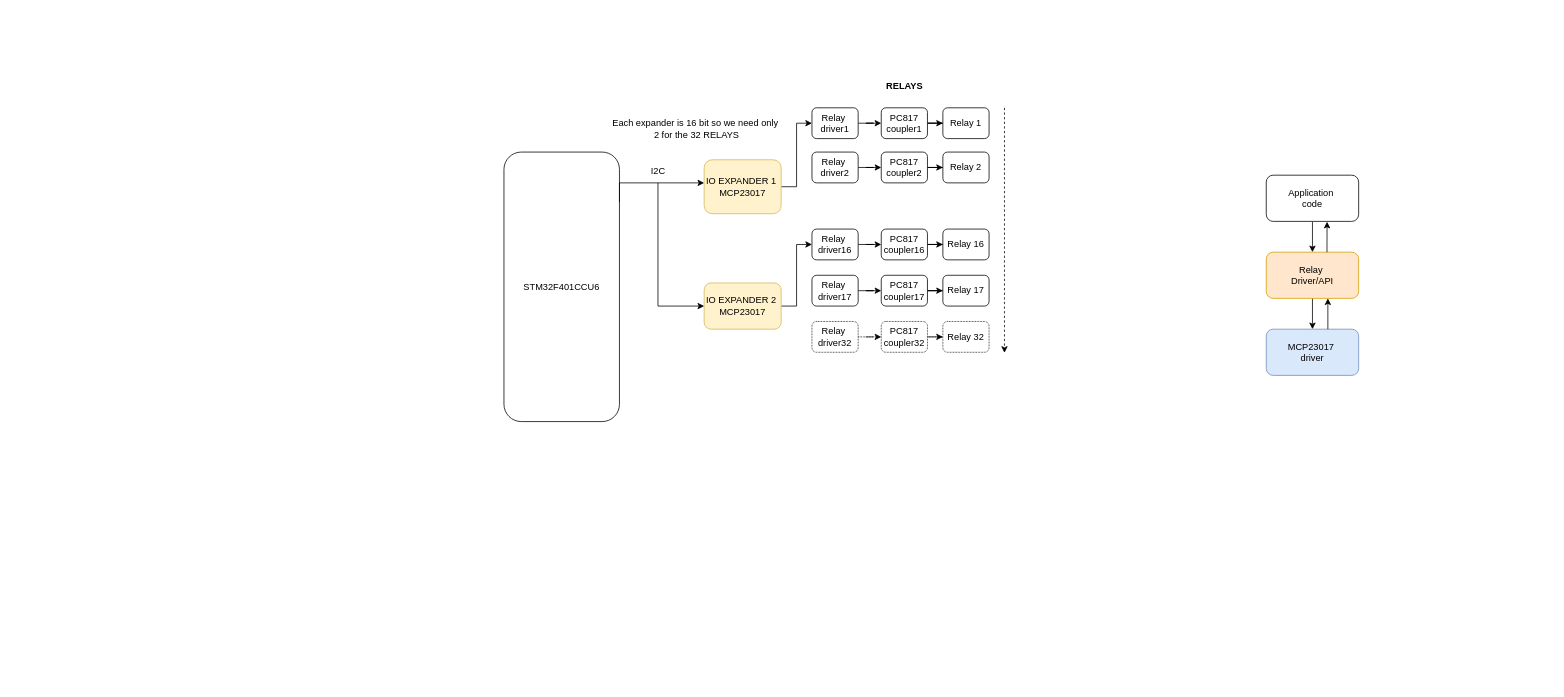
The draw.io diagram docs/hardware-system-block-diagram.drawio in bytecod3/modbus-slave-project-Ocarbon, before the edit. Source tidied: cells renumbered, new cells numbered last; positions are measured from the earlier drawing's top-left corner, leaving out a move shared by most shapes. Both pictures are drawn from the tidied source at 77%, with x=0, y=0 at pixel (504, 75).
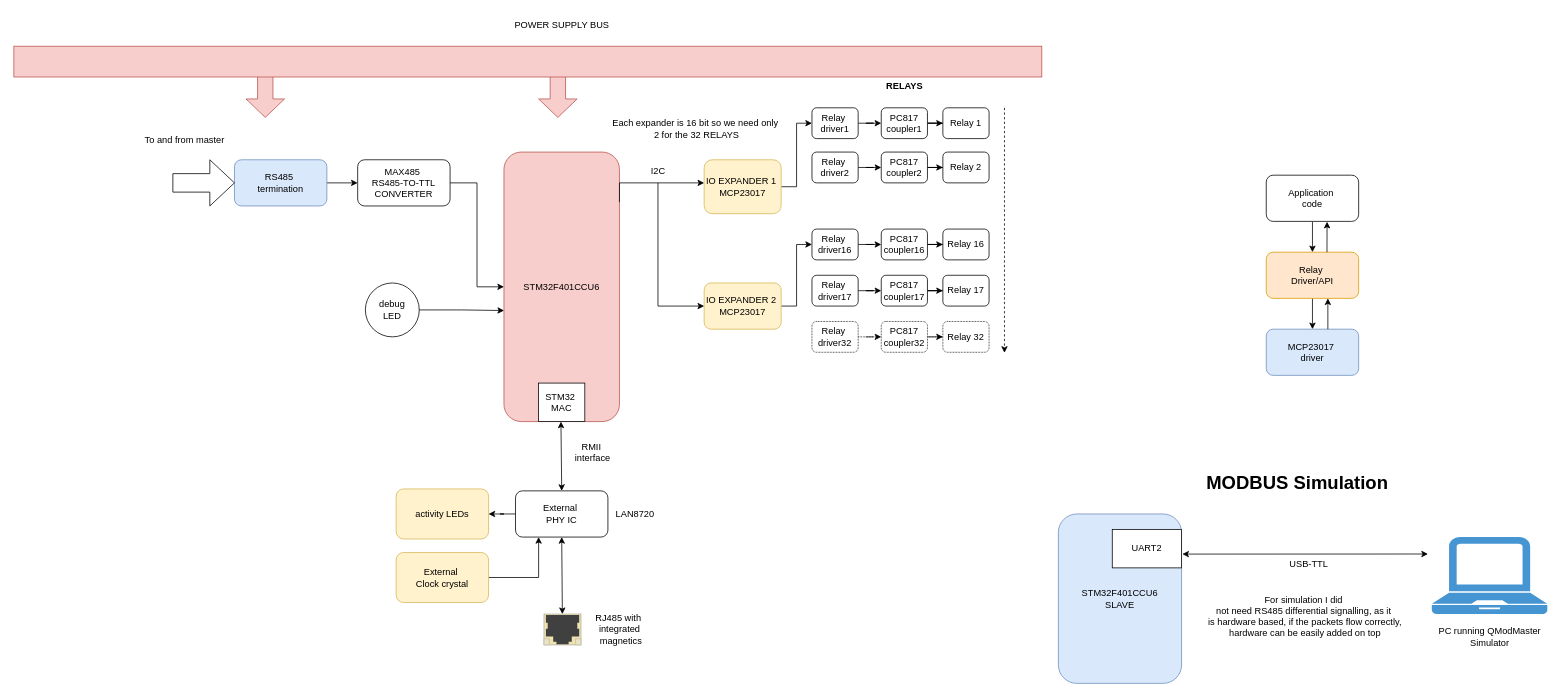
Above is the later version.

The edit, as a diff of the source:
```diff
@@
-    <mxCell id="2" value="STM32F401CCU6" style="rounded=1;whiteSpace=wrap;html=1;" parent="1" vertex="1">
+    <mxCell id="2" value="STM32F401CCU6" style="rounded=1;whiteSpace=wrap;html=1;fillColor=#f8cecc;strokeColor=#b85450;" parent="1" vertex="1">
       <mxGeometry y="100" width="150" height="350" as="geometry" />
     </mxCell>
@@
+    <mxCell id="45" value="STM32F401CCU6&lt;div&gt;SLAVE&lt;/div&gt;" style="rounded=1;whiteSpace=wrap;html=1;fillColor=#dae8fc;strokeColor=#6c8ebf;" parent="1" vertex="1">
+      <mxGeometry x="720" y="570" width="160" height="220" as="geometry" />
+    </mxCell>
+    <mxCell id="46" value="UART2" style="whiteSpace=wrap;html=1;" parent="1" vertex="1">
+      <mxGeometry x="790" y="590" width="90" height="50" as="geometry" />
+    </mxCell>
+    <mxCell id="47" style="shadow=0;dashed=0;html=1;strokeColor=none;fillColor=#4495D1;labelPosition=center;verticalLabelPosition=bottom;verticalAlign=top;align=center;shape=mxgraph.veeam.laptop;" parent="1" vertex="1">
+      <mxGeometry x="1205" y="600" width="150" height="100" as="geometry" />
+    </mxCell>
+    <mxCell id="48" value="PC running QModMaster&lt;div&gt;Simulator&lt;/div&gt;" style="text;html=1;align=center;verticalAlign=middle;strokeColor=none;fillColor=none;" parent="1" vertex="1">
+      <mxGeometry x="1200" y="710" width="160" height="40" as="geometry" />
+    </mxCell>
+    <mxCell id="49" style="endArrow=classic;startArrow=classic;html=1;rounded=0;exitX=1.006;exitY=0.464;exitDx=0;exitDy=0;exitPerimeter=0;" parent="1" edge="1">
+      <mxGeometry relative="1" as="geometry">
+        <mxPoint x="881" y="622.1" as="sourcePoint" />
+        <mxPoint x="1200" y="622" as="targetPoint" />
+      </mxGeometry>
+    </mxCell>
+    <mxCell id="50" value="USB-TTL" style="text;html=1;align=center;verticalAlign=middle;strokeColor=none;fillColor=none;" parent="1" vertex="1">
+      <mxGeometry x="1010" y="620" width="70" height="30" as="geometry" />
+    </mxCell>
+    <mxCell id="51" value="For simulation I did&amp;nbsp;&lt;div&gt;not need RS485 differential signalling, as it&amp;nbsp;&lt;/div&gt;&lt;div&gt;is hardware based, if the packets flow correctly,&lt;/div&gt;&lt;div&gt;hardware can be easily added on top&lt;/div&gt;" style="text;html=1;align=center;verticalAlign=middle;strokeColor=none;fillColor=none;" parent="1" vertex="1">
+      <mxGeometry x="905" y="668" width="270" height="70" as="geometry" />
+    </mxCell>
+    <mxCell id="52" value="MODBUS Simulation" style="text;strokeColor=none;fillColor=none;html=1;fontSize=24;fontStyle=1;verticalAlign=middle;align=center;" parent="1" vertex="1">
+      <mxGeometry x="980" y="510" width="100" height="40" as="geometry" />
+    </mxCell>
+    <mxCell id="53" style="edgeStyle=orthogonalEdgeStyle;rounded=0;jettySize=auto;html=1;" parent="1" edge="1" source="54" target="2">
+      <mxGeometry relative="1" as="geometry" />
+    </mxCell>
+    <mxCell id="54" value="MAX485&amp;nbsp;&lt;div&gt;RS485-TO-TTL&lt;/div&gt;&lt;div&gt;CONVERTER&lt;/div&gt;" style="rounded=1;whiteSpace=wrap;html=1;" parent="1" vertex="1">
+      <mxGeometry x="-190" y="110" width="120" height="60" as="geometry" />
+    </mxCell>
+    <mxCell id="55" style="edgeStyle=orthogonalEdgeStyle;rounded=0;jettySize=auto;html=1;" parent="1" edge="1" source="56" target="54">
+      <mxGeometry relative="1" as="geometry" />
+    </mxCell>
+    <mxCell id="56" value="RS485&amp;nbsp;&lt;div&gt;termination&lt;/div&gt;" style="rounded=1;whiteSpace=wrap;html=1;fillColor=#dae8fc;strokeColor=#6c8ebf;" parent="1" vertex="1">
+      <mxGeometry x="-350" y="110" width="120" height="60" as="geometry" />
+    </mxCell>
+    <mxCell id="57" style="shape=singleArrow;whiteSpace=wrap;html=1;arrowWidth=0.4;arrowSize=0.4;" parent="1" vertex="1">
+      <mxGeometry x="-430" y="110" width="80" height="60" as="geometry" />
+    </mxCell>
+    <mxCell id="58" value="To and from master" style="text;html=1;align=center;verticalAlign=middle;strokeColor=none;fillColor=none;" parent="1" vertex="1">
+      <mxGeometry x="-480" y="70" width="130" height="30" as="geometry" />
+    </mxCell>
+    <mxCell id="59" value="debug&lt;div&gt;LED&lt;/div&gt;" style="ellipse;whiteSpace=wrap;html=1;" parent="1" vertex="1">
+      <mxGeometry x="-180" y="270" width="70" height="70" as="geometry" />
+    </mxCell>
+    <mxCell id="60" style="edgeStyle=orthogonalEdgeStyle;rounded=0;jettySize=auto;html=1;entryX=0.001;entryY=0.588;entryDx=0;entryDy=0;entryPerimeter=0;" parent="1" edge="1" source="59" target="2">
+      <mxGeometry relative="1" as="geometry" />
+    </mxCell>
+    <mxCell id="61" style="html=1;verticalLabelPosition=bottom;verticalAlign=top;outlineConnect=0;shadow=0;dashed=0;shape=mxgraph.rack.hpe_aruba.switches.rj45_sfp;rotation=-180;" parent="1" vertex="1">
+      <mxGeometry x="52" y="700" width="48" height="40" as="geometry" />
+    </mxCell>
+    <mxCell id="62" style="edgeStyle=orthogonalEdgeStyle;rounded=0;jettySize=auto;html=1;" parent="1" edge="1" source="63" target="69">
+      <mxGeometry relative="1" as="geometry" />
+    </mxCell>
+    <mxCell id="63" value="External&amp;nbsp;&lt;div&gt;PHY IC&lt;/div&gt;" style="rounded=1;whiteSpace=wrap;html=1;" parent="1" vertex="1">
+      <mxGeometry x="15" y="540" width="120" height="60" as="geometry" />
+    </mxCell>
+    <mxCell id="64" value="RMII&amp;nbsp;&lt;div&gt;interface&lt;/div&gt;" style="text;html=1;align=center;verticalAlign=middle;strokeColor=none;fillColor=none;" parent="1" vertex="1">
+      <mxGeometry x="80" y="470" width="70" height="40" as="geometry" />
+    </mxCell>
+    <mxCell id="65" value="LAN8720" style="text;html=1;align=center;verticalAlign=middle;strokeColor=none;fillColor=none;" parent="1" vertex="1">
+      <mxGeometry x="135" y="555" width="70" height="30" as="geometry" />
+    </mxCell>
+    <mxCell id="66" style="endArrow=classic;startArrow=classic;html=1;rounded=0;exitX=0.5;exitY=0;exitDx=0;exitDy=0;" parent="1" edge="1" source="63">
+      <mxGeometry relative="1" as="geometry">
+        <mxPoint x="74" y="450" as="targetPoint" />
+      </mxGeometry>
+    </mxCell>
+    <mxCell id="67" style="endArrow=classic;startArrow=classic;html=1;rounded=0;entryX=0.5;entryY=1;entryDx=0;entryDy=0;" parent="1" edge="1" source="61" target="63">
+      <mxGeometry relative="1" as="geometry" />
+    </mxCell>
+    <mxCell id="68" value="RJ485 with&amp;nbsp;&lt;div&gt;integrated&lt;/div&gt;&lt;div&gt;&amp;nbsp;magnetics&lt;/div&gt;" style="text;html=1;align=center;verticalAlign=middle;strokeColor=none;fillColor=none;" parent="1" vertex="1">
+      <mxGeometry x="105" y="690" width="90" height="60" as="geometry" />
+    </mxCell>
+    <mxCell id="69" value="activity LEDs" style="rounded=1;whiteSpace=wrap;html=1;fillColor=#fff2cc;strokeColor=#d6b656;" parent="1" vertex="1">
+      <mxGeometry x="-140" y="537.5" width="120" height="65" as="geometry" />
+    </mxCell>
+    <mxCell id="70" value="POWER SUPPLY BUS" style="text;html=1;align=center;verticalAlign=middle;strokeColor=none;fillColor=none;" parent="1" vertex="1">
+      <mxGeometry y="-80" width="150" height="30" as="geometry" />
+    </mxCell>
+    <mxCell id="71" style="shape=singleArrow;whiteSpace=wrap;html=1;arrowWidth=0.4;arrowSize=0.4;rotation=90;fillColor=#f8cecc;strokeColor=#b85450;" parent="1" vertex="1">
+      <mxGeometry x="-340" width="60" height="50" as="geometry" />
+    </mxCell>
+    <mxCell id="72" style="shape=singleArrow;whiteSpace=wrap;html=1;arrowWidth=0.4;arrowSize=0.4;rotation=90;fillColor=#f8cecc;strokeColor=#b85450;" parent="1" vertex="1">
+      <mxGeometry x="40" width="60" height="50" as="geometry" />
+    </mxCell>
+    <mxCell id="73" style="whiteSpace=wrap;html=1;rotation=-90;fillColor=#f8cecc;strokeColor=#b85450;" parent="1" vertex="1">
+      <mxGeometry x="11" y="-685" width="40" height="1335" as="geometry" />
+    </mxCell>
+    <mxCell id="74" value="STM32&amp;nbsp;&lt;div&gt;MAC&lt;/div&gt;" style="whiteSpace=wrap;html=1;" parent="1" vertex="1">
+      <mxGeometry x="45" y="400" width="60" height="50" as="geometry" />
+    </mxCell>
+    <mxCell id="75" style="edgeStyle=orthogonalEdgeStyle;rounded=0;jettySize=auto;html=1;entryX=0.25;entryY=1;entryDx=0;entryDy=0;" parent="1" edge="1" source="76" target="63">
+      <mxGeometry relative="1" as="geometry" />
+    </mxCell>
+    <mxCell id="76" value="External&amp;nbsp;&lt;div&gt;Clock crystal&lt;/div&gt;" style="rounded=1;whiteSpace=wrap;html=1;fillColor=#fff2cc;strokeColor=#d6b656;" parent="1" vertex="1">
+      <mxGeometry x="-140" y="620" width="120" height="65" as="geometry" />
+    </mxCell>
```
